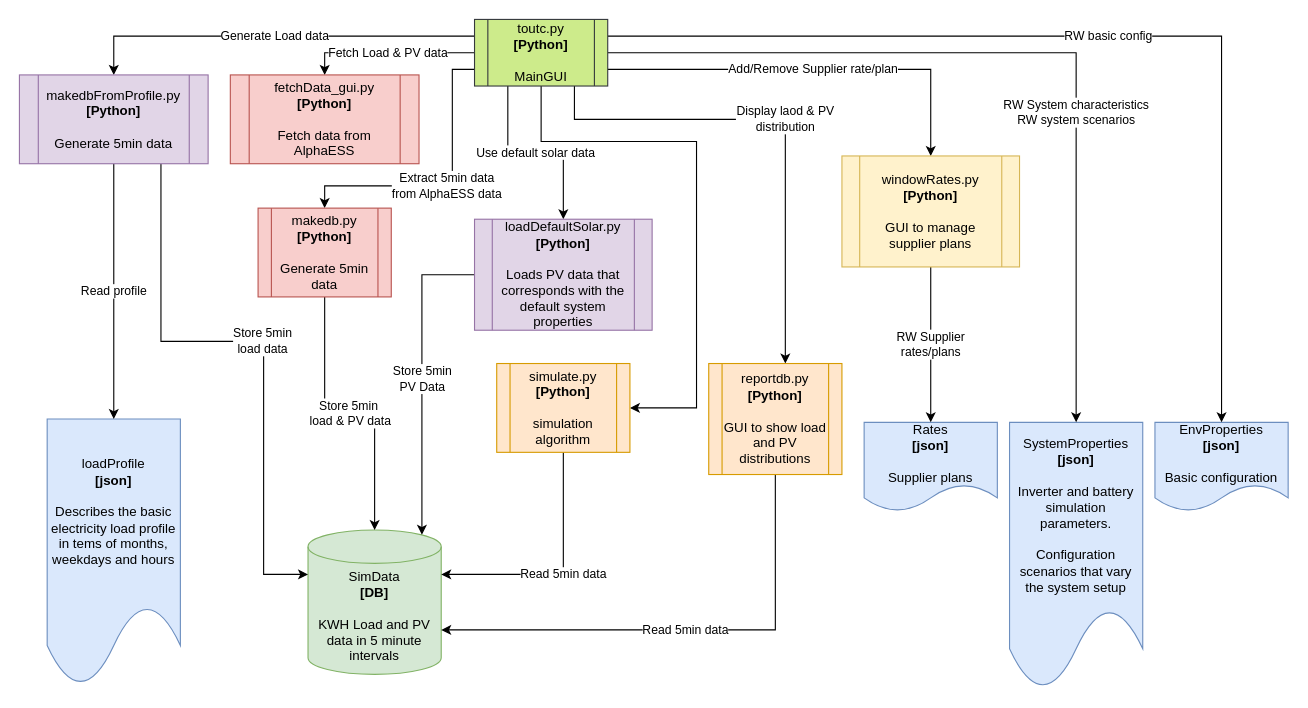
The draw.io diagram docs/tout-c.drawio in Tonyslogic/tout-compare, before the edit. Source tidied: cells renumbered, new cells numbered last; positions are measured from the earlier drawing's top-left corner, leaving out a move shared by most shapes. Both pictures are drawn from the tidied source at 111%, with x=0, y=0 at pixel (19, 19).
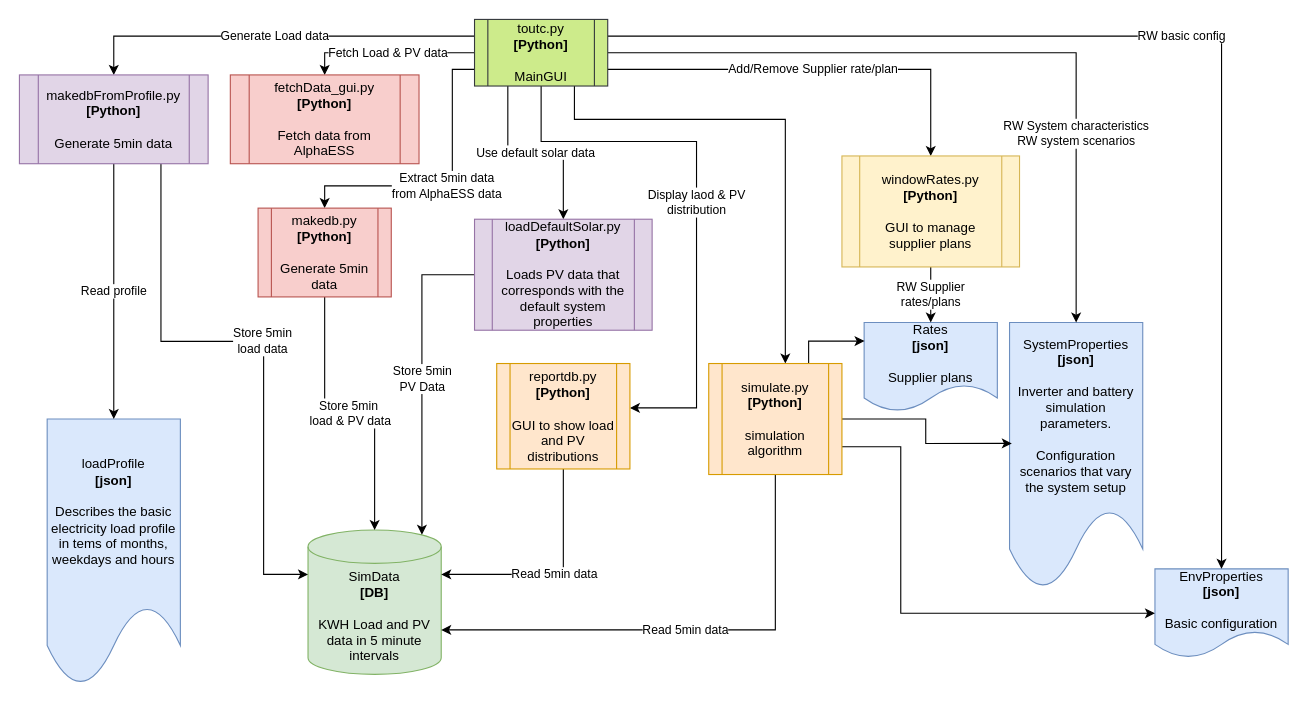
After the change.

The change refers to these unchanged cells:
```xml
<mxCell id="16" value="toutc.py&lt;br&gt;&lt;b&gt;[Python]&lt;/b&gt;&lt;br&gt;&lt;br&gt;MainGUI" style="shape=process;whiteSpace=wrap;html=1;backgroundOutline=1;fillColor=#cdeb8b;strokeColor=#36393d;" parent="1" vertex="1">
  <mxGeometry x="410" width="120" height="60" as="geometry" />
</mxCell>
```

Change to the diagram source:
```diff
@@
     <mxCell id="3" value="Rates&lt;br&gt;&lt;b&gt;[json]&lt;/b&gt;&lt;br&gt;&lt;br&gt;Supplier plans" style="shape=document;whiteSpace=wrap;html=1;boundedLbl=1;fillColor=#dae8fc;strokeColor=#6c8ebf;" parent="1" vertex="1">
-      <mxGeometry x="761" y="363" width="120" height="80" as="geometry" />
+      <mxGeometry x="761" y="273" width="120" height="80" as="geometry" />
     </mxCell>
     <mxCell id="4" value="EnvProperties&lt;br&gt;&lt;b&gt;[json]&lt;/b&gt;&lt;br&gt;&lt;br&gt;Basic configuration" style="shape=document;whiteSpace=wrap;html=1;boundedLbl=1;fillColor=#dae8fc;strokeColor=#6c8ebf;" parent="1" vertex="1">
-      <mxGeometry x="1023" y="363" width="120" height="80" as="geometry" />
+      <mxGeometry x="1023" y="495" width="120" height="80" as="geometry" />
     </mxCell>
     <mxCell id="5" value="SystemProperties&lt;br&gt;&lt;b&gt;[json]&lt;/b&gt;&lt;br&gt;&lt;br&gt;Inverter and battery simulation parameters.&lt;br&gt;&lt;br&gt;Configuration scenarios that vary the system setup" style="shape=document;whiteSpace=wrap;html=1;boundedLbl=1;fillColor=#dae8fc;strokeColor=#6c8ebf;" parent="1" vertex="1">
-      <mxGeometry x="892" y="363" width="120" height="240" as="geometry" />
+      <mxGeometry x="892" y="273" width="120" height="240" as="geometry" />
     </mxCell>
@@
     <mxCell id="8" value="RW System characteristics&lt;br&gt;RW system scenarios" style="edgeStyle=orthogonalEdgeStyle;rounded=0;jettySize=auto;html=1;exitX=1;exitY=0.5;exitDx=0;exitDy=0;entryX=0.5;entryY=0;entryDx=0;entryDy=0;" parent="1" edge="1" source="16" target="5">
-      <mxGeometry x="0.26" relative="1" as="geometry" />
+      <mxGeometry x="0.49" relative="1" as="geometry" />
     </mxCell>
@@
-    <mxCell id="13" style="edgeStyle=orthogonalEdgeStyle;rounded=0;jettySize=auto;html=1;exitX=0.5;exitY=1;exitDx=0;exitDy=0;" parent="1" edge="1" source="16" target="18">
+    <mxCell id="13" value="Display laod &amp;amp; PV&lt;br&gt;distribution" style="edgeStyle=orthogonalEdgeStyle;rounded=0;jettySize=auto;html=1;exitX=0.5;exitY=1;exitDx=0;exitDy=0;" parent="1" edge="1" source="16" target="18">
       <mxGeometry relative="1" as="geometry">
         <Array as="points">
           <mxPoint x="470" y="110" />
           <mxPoint x="610" y="110" />
           <mxPoint x="610" y="350" />
         </Array>
       </mxGeometry>
     </mxCell>
@@
-    <mxCell id="15" value="Display laod &amp;amp; PV &lt;br&gt;distribution" style="edgeStyle=orthogonalEdgeStyle;rounded=0;jettySize=auto;html=1;exitX=0.75;exitY=1;exitDx=0;exitDy=0;" parent="1" edge="1" source="16" target="30">
+    <mxCell id="15" style="edgeStyle=orthogonalEdgeStyle;rounded=0;jettySize=auto;html=1;exitX=0.75;exitY=1;exitDx=0;exitDy=0;" parent="1" edge="1" source="16" target="30">
       <mxGeometry relative="1" as="geometry">
         <Array as="points">
           <mxPoint x="500" y="90" />
           <mxPoint x="690" y="90" />
         </Array>
       </mxGeometry>
     </mxCell>
@@
-    <mxCell id="18" value="simulate.py&lt;br&gt;&lt;b&gt;[Python]&lt;/b&gt;&lt;br&gt;&lt;br&gt;simulation algorithm" style="shape=process;whiteSpace=wrap;html=1;backgroundOutline=1;fillColor=#ffe6cc;strokeColor=#d79b00;" parent="1" vertex="1">
-      <mxGeometry x="430" y="310" width="120" height="80" as="geometry" />
+    <mxCell id="18" value="reportdb.py&lt;br&gt;&lt;b&gt;[Python]&lt;/b&gt;&lt;br&gt;&lt;br&gt;GUI to show load and PV distributions" style="shape=process;whiteSpace=wrap;html=1;backgroundOutline=1;fillColor=#ffe6cc;strokeColor=#d79b00;" parent="1" vertex="1">
+      <mxGeometry x="430" y="310" width="120" height="95" as="geometry" />
     </mxCell>
@@
+    <mxCell id="31" style="edgeStyle=orthogonalEdgeStyle;rounded=0;jettySize=auto;html=1;exitX=1;exitY=0.5;exitDx=0;exitDy=0;entryX=0.017;entryY=0.454;entryDx=0;entryDy=0;entryPerimeter=0;" parent="1" edge="1" source="30" target="5">
+      <mxGeometry relative="1" as="geometry" />
+    </mxCell>
+    <mxCell id="32" style="edgeStyle=orthogonalEdgeStyle;rounded=0;jettySize=auto;html=1;exitX=1;exitY=0.75;exitDx=0;exitDy=0;entryX=0;entryY=0.5;entryDx=0;entryDy=0;" parent="1" edge="1" source="30" target="4">
+      <mxGeometry relative="1" as="geometry">
+        <Array as="points">
+          <mxPoint x="794" y="385" />
+          <mxPoint x="794" y="535" />
+        </Array>
+      </mxGeometry>
+    </mxCell>
+    <mxCell id="33" style="edgeStyle=orthogonalEdgeStyle;rounded=0;jettySize=auto;html=1;exitX=0.75;exitY=0;exitDx=0;exitDy=0;entryX=0.003;entryY=0.21;entryDx=0;entryDy=0;entryPerimeter=0;" parent="1" edge="1" source="30" target="3">
+      <mxGeometry relative="1" as="geometry" />
+    </mxCell>
-    <mxCell id="30" value="reportdb.py&lt;br&gt;&lt;b&gt;[Python]&lt;/b&gt;&lt;br&gt;&lt;br&gt;GUI to show load and PV distributions" style="shape=process;whiteSpace=wrap;html=1;backgroundOutline=1;fillColor=#ffe6cc;strokeColor=#d79b00;" parent="1" vertex="1">
+    <mxCell id="30" value="simulate.py&lt;br&gt;&lt;b&gt;[Python]&lt;/b&gt;&lt;br&gt;&lt;br&gt;simulation algorithm" style="shape=process;whiteSpace=wrap;html=1;backgroundOutline=1;fillColor=#ffe6cc;strokeColor=#d79b00;" parent="1" vertex="1">
       <mxGeometry x="621" y="310" width="120" height="100" as="geometry" />
     </mxCell>
```
